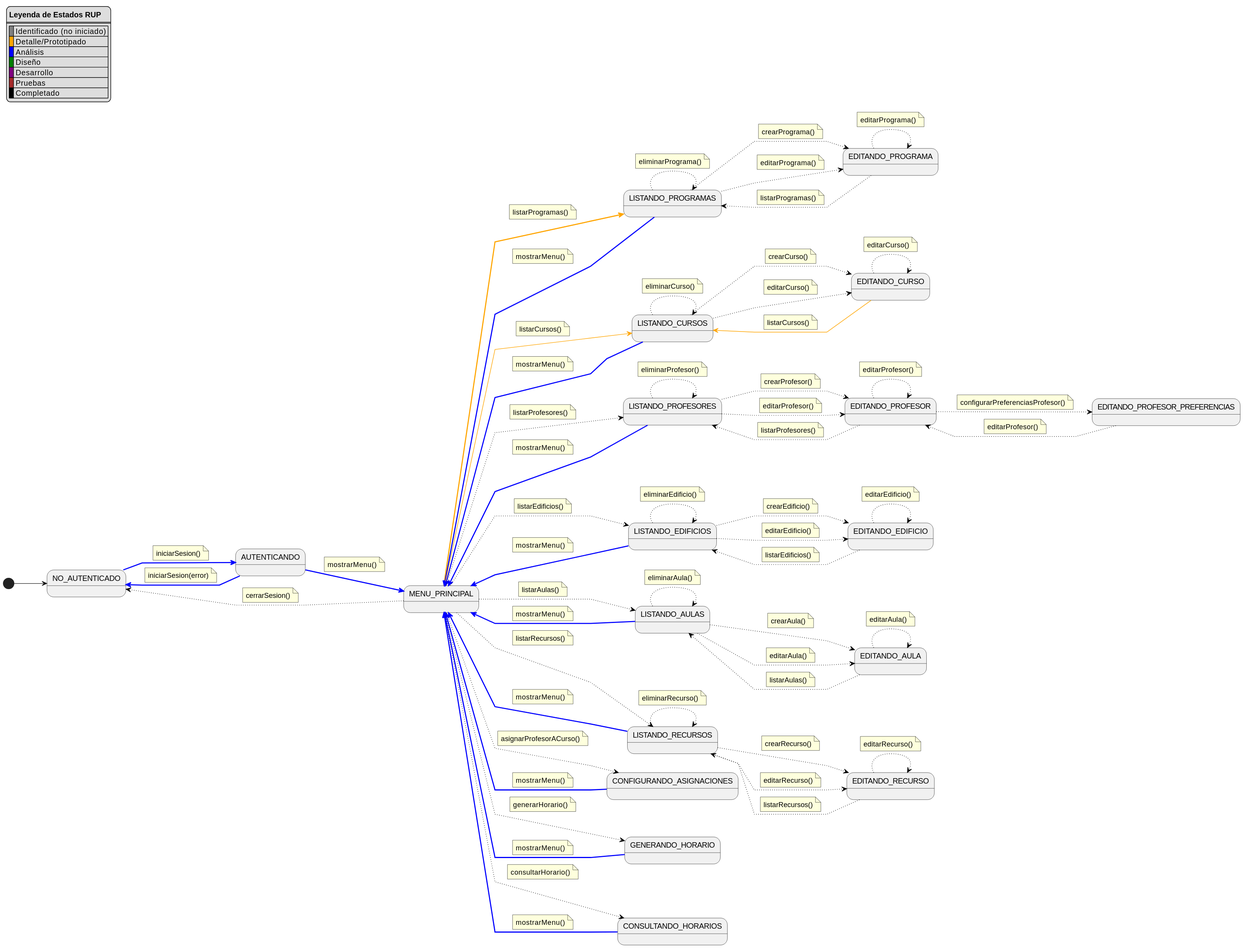
Before: images/RUP/99-seguimiento/diagrama-contexto-administrador.svg, a diagram exported from PlantUML (Hexcss/scheduler).
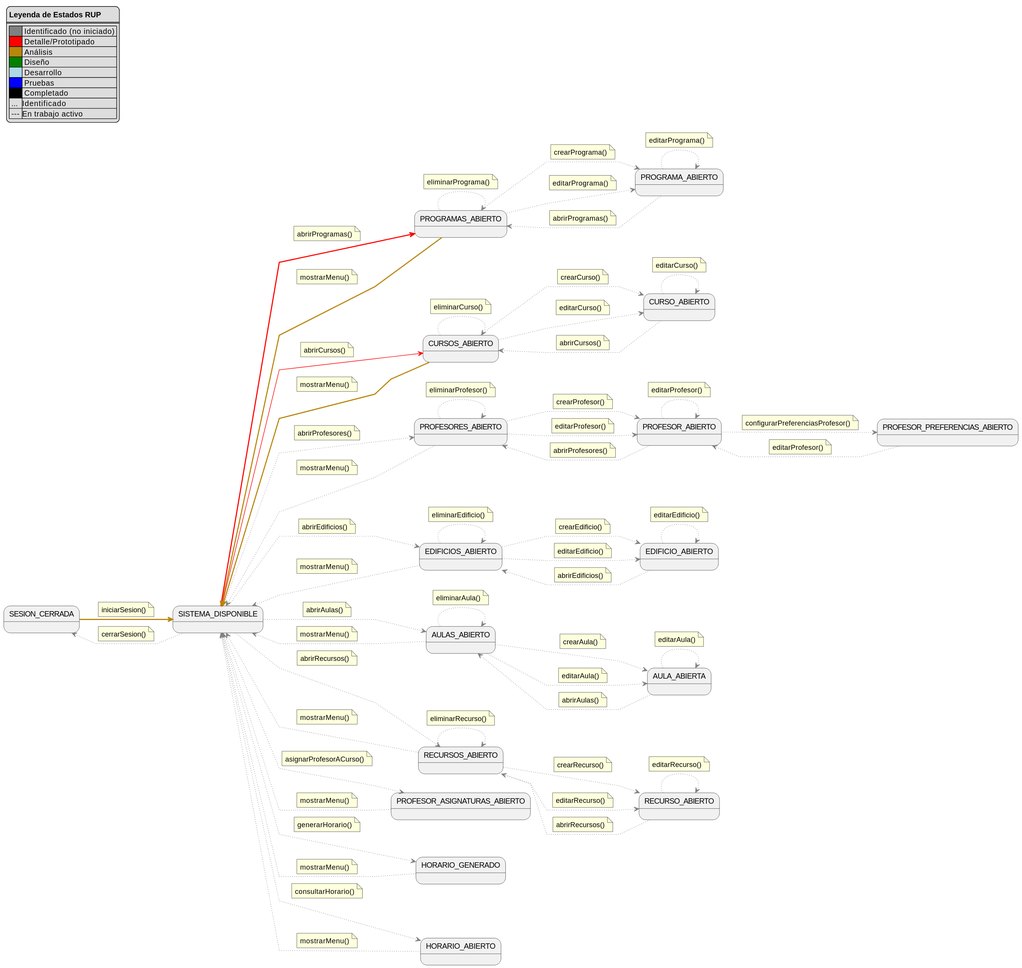
Above is the later version.

Commit message:
docs(dashboard): actualizado estado del proyecto

Diff of the diagram source:
```diff
@@ -5,305 +5,294 @@
 legend top left
     **Leyenda de Estados RUP**
     ====
-    |<#gray> | Identificado (no iniciado) |
-    |<#orange>| Detalle/Prototipado |
-    |<#blue>  | Análisis |
-    |<#green> | Diseño |
-    |<#purple>| Desarrollo |
-    |<#brown> | Pruebas |
-    |<#black> | Completado |
+    |<#gray>     | Identificado (no iniciado) |
+    |<#red>      | Detalle/Prototipado |
+    |<#darkgoldenrod>| Análisis |
+    |<#green>    | Diseño |
+    |<#lightblue>| Desarrollo |
+    |<#blue>     | Pruebas |
+    |<#black>    | Completado |
+    | ... |Identificado|
+    | --- |En trabajo activo|
 end legend
 
-state "NO_AUTENTICADO" as NoAuth
-state "AUTENTICANDO" as PreMenu
-state "MENU_PRINCIPAL" as Menu
+state "SESION_CERRADA" as NoAuth
+state "SISTEMA_DISPONIBLE" as Menu
 
-state "LISTANDO_PROGRAMAS" as ListProgramas
-state "EDITANDO_PROGRAMA" as EditPrograma
-state "LISTANDO_CURSOS" as ListCursos
-state "EDITANDO_CURSO" as EditCurso
-state "LISTANDO_PROFESORES" as ListProfesores
-state "EDITANDO_PROFESOR" as EditProfesor
-state "EDITANDO_PROFESOR_PREFERENCIAS" as EditProfesorPreferencias
-state "LISTANDO_EDIFICIOS" as ListEdificios
-state "EDITANDO_EDIFICIO" as EditEdificio
-state "LISTANDO_AULAS" as ListAulas
-state "EDITANDO_AULA" as EditAula
-state "LISTANDO_RECURSOS" as ListRecursos
-state "EDITANDO_RECURSO" as EditRecurso
+state "PROGRAMAS_ABIERTO" as ListProgramas
+state "PROGRAMA_ABIERTO" as EditPrograma
+state "CURSOS_ABIERTO" as ListCursos
+state "CURSO_ABIERTO" as EditCurso
+state "PROFESORES_ABIERTO" as ListProfesores
+state "PROFESOR_ABIERTO" as EditProfesor
+state "PROFESOR_PREFERENCIAS_ABIERTO" as EditProfesorPreferencias
+state "EDIFICIOS_ABIERTO" as ListEdificios
+state "EDIFICIO_ABIERTO" as EditEdificio
+state "AULAS_ABIERTO" as ListAulas
+state "AULA_ABIERTA" as EditAula
+state "RECURSOS_ABIERTO" as ListRecursos
+state "RECURSO_ABIERTO" as EditRecurso
 
-state "CONFIGURANDO_ASIGNACIONES" as Asignaciones
-state "GENERANDO_HORARIO" as Generacion
-state "CONSULTANDO_HORARIOS" as Consulta
+state "PROFESOR_ASIGNATURAS_ABIERTO" as Asignaciones
+state "HORARIO_GENERADO" as Generacion
+state "HORARIO_ABIERTO" as Consulta
 
-[*] --> NoAuth
-
-PreMenu -[#blue,thickness=2]-> NoAuth
-    note on link
-        iniciarSesion(error)
-    end note
-
-NoAuth -[#blue,thickness=2]-> PreMenu
+NoAuth -[#darkgoldenrod,thickness=2]-> Menu
     note on link
         iniciarSesion()
     end note
 
-PreMenu -[#blue,thickness=2]-> Menu
+Menu -[#gray,dotted]-> NoAuth
+    note on link
+        cerrarSesion()
+    end note
+
+Menu -[#red,thickness=2]-> ListProgramas
+    note on link
+        abrirProgramas()
+    end note
+
+Menu -[#red,thickness=1]-> ListCursos
+    note on link
+        abrirCursos()
+    end note
+
+Menu -[#gray,dotted]-> ListProfesores
+    note on link
+        abrirProfesores()
+    end note
+
+Menu -[#gray,dotted]-> ListEdificios
+    note on link
+        abrirEdificios()
+    end note
+
+Menu -[#gray,dotted]-> ListAulas
+    note on link
+        abrirAulas()
+    end note
+
+Menu -[#gray,dotted]-> ListRecursos
+    note on link
+        abrirRecursos()
+    end note
+
+Menu -[#gray,dotted]-> Asignaciones
+    note on link
+        asignarProfesorACurso()
+    end note
+
+Menu -[#gray,dotted]-> Generacion
+    note on link
+        generarHorario()
+    end note
+
+Menu -[#gray,dotted]-> Consulta
+    note on link
+        consultarHorario()
+    end note
+
+ListProgramas -[#gray,dotted]-> EditPrograma
+    note on link
+        crearPrograma()
+    end note
+
+ListProgramas -[#gray,dotted]-> EditPrograma
+    note on link
+        editarPrograma()
+    end note
+
+ListProgramas -[#gray,dotted]-> ListProgramas
+    note on link
+        eliminarPrograma()
+    end note
+
+EditPrograma -[#gray,dotted]-> EditPrograma
+    note on link
+        editarPrograma()
+    end note
+
+EditPrograma -[#gray,dotted]-> ListProgramas
+    note on link
+        abrirProgramas()
+    end note
+
+ListCursos -[#gray,dotted]-> EditCurso
+    note on link
+        crearCurso()
+    end note
+
+ListCursos -[#gray,dotted]-> EditCurso
+    note on link
+        editarCurso()
+    end note
+
+ListCursos -[#gray,dotted]-> ListCursos
+    note on link
+        eliminarCurso()
+    end note
+
+EditCurso -[#gray,dotted]-> EditCurso
+    note on link
+        editarCurso()
+    end note
+
+EditCurso -[#gray,dotted]-> ListCursos
+    note on link
+        abrirCursos()
+    end note
+
+ListProfesores -[#gray,dotted]-> EditProfesor
+    note on link
+        crearProfesor()
+    end note
+
+ListProfesores -[#gray,dotted]-> EditProfesor
+    note on link
+        editarProfesor()
+    end note
+
+ListProfesores -[#gray,dotted]-> ListProfesores
+    note on link
+        eliminarProfesor()
+    end note
+
+EditProfesor -[#gray,dotted]-> EditProfesor
+    note on link
+        editarProfesor()
+    end note
+
+EditProfesor -[#gray,dotted]-> EditProfesorPreferencias
+    note on link
+        configurarPreferenciasProfesor()
+    end note
+
+EditProfesorPreferencias -[#gray,dotted]-> EditProfesor
+    note on link
+        editarProfesor()
+    end note
+
+EditProfesor -[#gray,dotted]-> ListProfesores
+    note on link
+        abrirProfesores()
+    end note
+
+ListEdificios -[#gray,dotted]-> EditEdificio
+    note on link
+        crearEdificio()
+    end note
+
+ListEdificios -[#gray,dotted]-> EditEdificio
+    note on link
+        editarEdificio()
+    end note
+
+ListEdificios -[#gray,dotted]-> ListEdificios
+    note on link
+        eliminarEdificio()
+    end note
+
+EditEdificio -[#gray,dotted]-> EditEdificio
+    note on link
+        editarEdificio()
+    end note
+
+EditEdificio -[#gray,dotted]-> ListEdificios
+    note on link
+        abrirEdificios()
+    end note
+
+ListAulas -[#gray,dotted]-> EditAula
+    note on link
+        crearAula()
+    end note
+
+ListAulas -[#gray,dotted]-> EditAula
+    note on link
+        editarAula()
+    end note
+
+ListAulas -[#gray,dotted]-> ListAulas
+    note on link
+        eliminarAula()
+    end note
+
+EditAula -[#gray,dotted]-> EditAula
+    note on link
+        editarAula()
+    end note
+
+EditAula -[#gray,dotted]-> ListAulas
+    note on link
+        abrirAulas()
+    end note
+
+ListRecursos -[#gray,dotted]-> EditRecurso
+    note on link
+        crearRecurso()
+    end note
+
+ListRecursos -[#gray,dotted]-> EditRecurso
+    note on link
+        editarRecurso()
+    end note
+
+ListRecursos -[#gray,dotted]-> ListRecursos
+    note on link
+        eliminarRecurso()
+    end note
+
+EditRecurso -[#gray,dotted]-> EditRecurso
+    note on link
+        editarRecurso()
+    end note
+
+EditRecurso -[#gray,dotted]-> ListRecursos
+    note on link
+        abrirRecursos()
+    end note
+
+ListProgramas -[#darkgoldenrod,thickness=2]-> Menu
     note on link
         mostrarMenu()
     end note
 
-Menu -[#black,dotted]-> NoAuth
-    note on link
-        cerrarSesion()
-    end note
-
-Menu -[#orange,thickness=2]-> ListProgramas
-    note on link
-        listarProgramas()
-    end note
-
-Menu -[#orange,thickness=1]-> ListCursos
-    note on link
-        listarCursos()
-    end note
-
-Menu -[#black,dotted]-> ListProfesores
-    note on link
-        listarProfesores()
-    end note
-
-Menu -[#black,dotted]-> ListEdificios
-    note on link
-        listarEdificios()
-    end note
-
-Menu -[#black,dotted]-> ListAulas
-    note on link
-        listarAulas()
-    end note
-
-Menu -[#black,dotted]-> ListRecursos
-    note on link
-        listarRecursos()
-    end note
-
-Menu -[#black,dotted]-> Asignaciones
-    note on link
-        asignarProfesorACurso()
-    end note
-
-Menu -[#black,dotted]-> Generacion
-    note on link
-        generarHorario()
-    end note
-
-Menu -[#black,dotted]-> Consulta
-    note on link
-        consultarHorario()
-    end note
-
-ListProgramas -[#black,dotted]-> EditPrograma
-    note on link
-        crearPrograma()
-    end note
-
-ListProgramas -[#black,dotted]-> EditPrograma
-    note on link
-        editarPrograma()
-    end note
-
-ListProgramas -[#black,dotted]-> ListProgramas
-    note on link
-        eliminarPrograma()
-    end note
-
-EditPrograma -[#black,dotted]-> EditPrograma
-    note on link
-        editarPrograma()
-    end note
-
-EditPrograma -[#black,dotted]-> ListProgramas
-    note on link
-        listarProgramas()
-    end note
-
-ListCursos -[#black,dotted]-> EditCurso
-    note on link
-        crearCurso()
-    end note
-
-ListCursos -[#black,dotted]-> EditCurso
-    note on link
-        editarCurso()
-    end note
-
-ListCursos -[#black,dotted]-> ListCursos
-    note on link
-        eliminarCurso()
-    end note
-
-EditCurso -[#black,dotted]-> EditCurso
-    note on link
-        editarCurso()
-    end note
-
-EditCurso -[#orange,thickness=1]-> ListCursos
-    note on link
-        listarCursos()
-    end note
-
-ListProfesores -[#black,dotted]-> EditProfesor
-    note on link
-        crearProfesor()
-    end note
-
-ListProfesores -[#black,dotted]-> EditProfesor
-    note on link
-        editarProfesor()
-    end note
-
-ListProfesores -[#black,dotted]-> ListProfesores
-    note on link
-        eliminarProfesor()
-    end note
-
-EditProfesor -[#black,dotted]-> EditProfesor
-    note on link
-        editarProfesor()
-    end note
-
-EditProfesor -[#black,dotted]-> EditProfesorPreferencias
-    note on link
-        configurarPreferenciasProfesor()
-    end note
-
-EditProfesorPreferencias -[#black,dotted]-> EditProfesor
-    note on link
-        editarProfesor()
-    end note
-
-EditProfesor -[#black,dotted]-> ListProfesores
-    note on link
-        listarProfesores()
-    end note
-
-ListEdificios -[#black,dotted]-> EditEdificio
-    note on link
-        crearEdificio()
-    end note
-
-ListEdificios -[#black,dotted]-> EditEdificio
-    note on link
-        editarEdificio()
-    end note
-
-ListEdificios -[#black,dotted]-> ListEdificios
-    note on link
-        eliminarEdificio()
-    end note
-
-EditEdificio -[#black,dotted]-> EditEdificio
-    note on link
-        editarEdificio()
-    end note
-
-EditEdificio -[#black,dotted]-> ListEdificios
-    note on link
-        listarEdificios()
-    end note
-
-ListAulas -[#black,dotted]-> EditAula
-    note on link
-        crearAula()
-    end note
-
-ListAulas -[#black,dotted]-> EditAula
-    note on link
-        editarAula()
-    end note
-
-ListAulas -[#black,dotted]-> ListAulas
-    note on link
-        eliminarAula()
-    end note
-
-EditAula -[#black,dotted]-> EditAula
-    note on link
-        editarAula()
-    end note
-
-EditAula -[#black,dotted]-> ListAulas
-    note on link
-        listarAulas()
-    end note
-
-ListRecursos -[#black,dotted]-> EditRecurso
-    note on link
-        crearRecurso()
-    end note
-
-ListRecursos -[#black,dotted]-> EditRecurso
-    note on link
-        editarRecurso()
-    end note
-
-ListRecursos -[#black,dotted]-> ListRecursos
-    note on link
-        eliminarRecurso()
-    end note
-
-EditRecurso -[#black,dotted]-> EditRecurso
-    note on link
-        editarRecurso()
-    end note
-
-EditRecurso -[#black,dotted]-> ListRecursos
-    note on link
-        listarRecursos()
-    end note
-
-ListProgramas -[#blue,thickness=2]-> Menu
+ListCursos -[#darkgoldenrod,thickness=2]-> Menu
     note on link
         mostrarMenu()
     end note
 
-ListCursos -[#blue,thickness=2]-> Menu
+ListProfesores -[#gray,dotted]-> Menu
     note on link
         mostrarMenu()
     end note
 
-ListProfesores -[#blue,thickness=2]-> Menu
+ListEdificios -[#gray,dotted]-> Menu
     note on link
         mostrarMenu()
     end note
 
-ListEdificios -[#blue,thickness=2]-> Menu
+ListAulas -[#gray,dotted]-> Menu
     note on link
         mostrarMenu()
     end note
 
-ListAulas -[#blue,thickness=2]-> Menu
+ListRecursos -[#gray,dotted]-> Menu
     note on link
         mostrarMenu()
     end note
 
-ListRecursos -[#blue,thickness=2]-> Menu
+Asignaciones -[#gray,dotted]-> Menu
     note on link
         mostrarMenu()
     end note
 
-Asignaciones -[#blue,thickness=2]-> Menu
+Generacion -[#gray,dotted]-> Menu
     note on link
         mostrarMenu()
     end note
 
-Generacion -[#blue,thickness=2]-> Menu
-    note on link
-        mostrarMenu()
-    end note
-
-Consulta -[#blue,thickness=2]-> Menu
+Consulta -[#gray,dotted]-> Menu
     note on link
         mostrarMenu()
     end note
```
